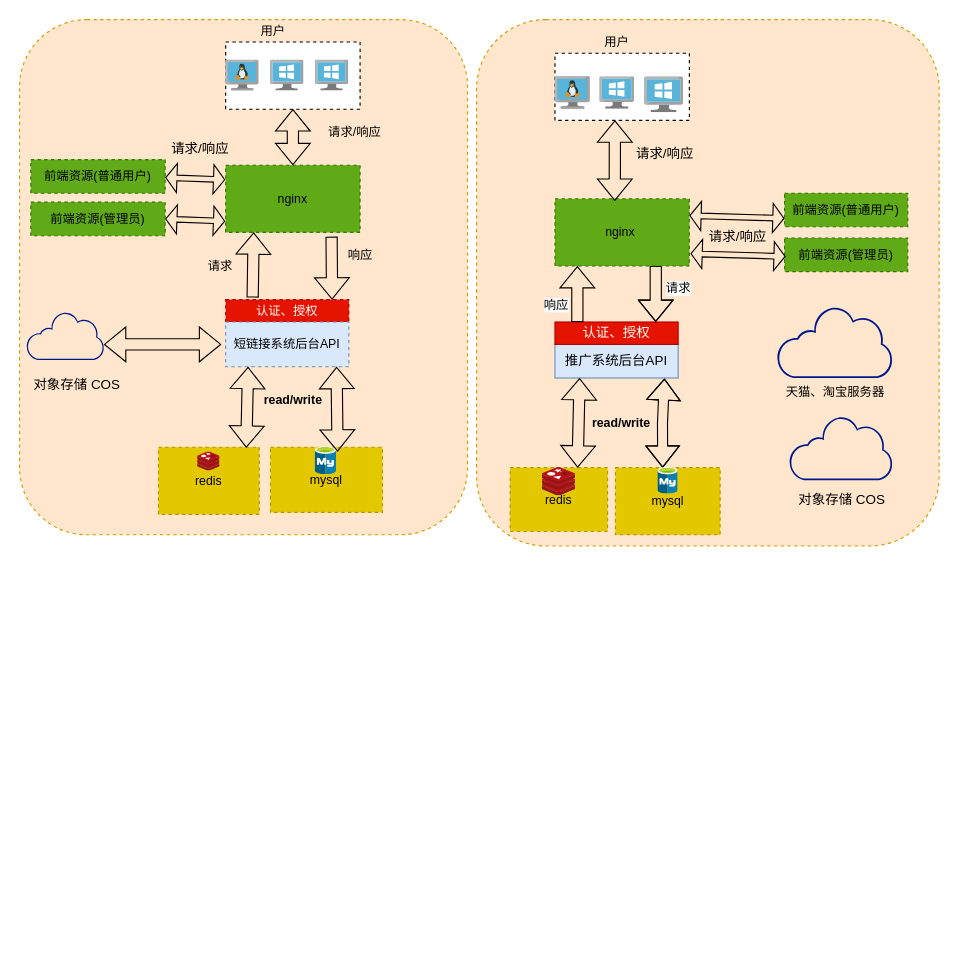
Before: 架构图.drawio in ndb000901/diagrams, a draw.io diagram. Source tidied: cells renumbered, new cells numbered last; positions are measured from the earlier drawing's top-left corner, leaving out a move shared by most shapes. Both pictures are drawn from the tidied source at 112%, with x=0, y=0 at pixel (19, 19).
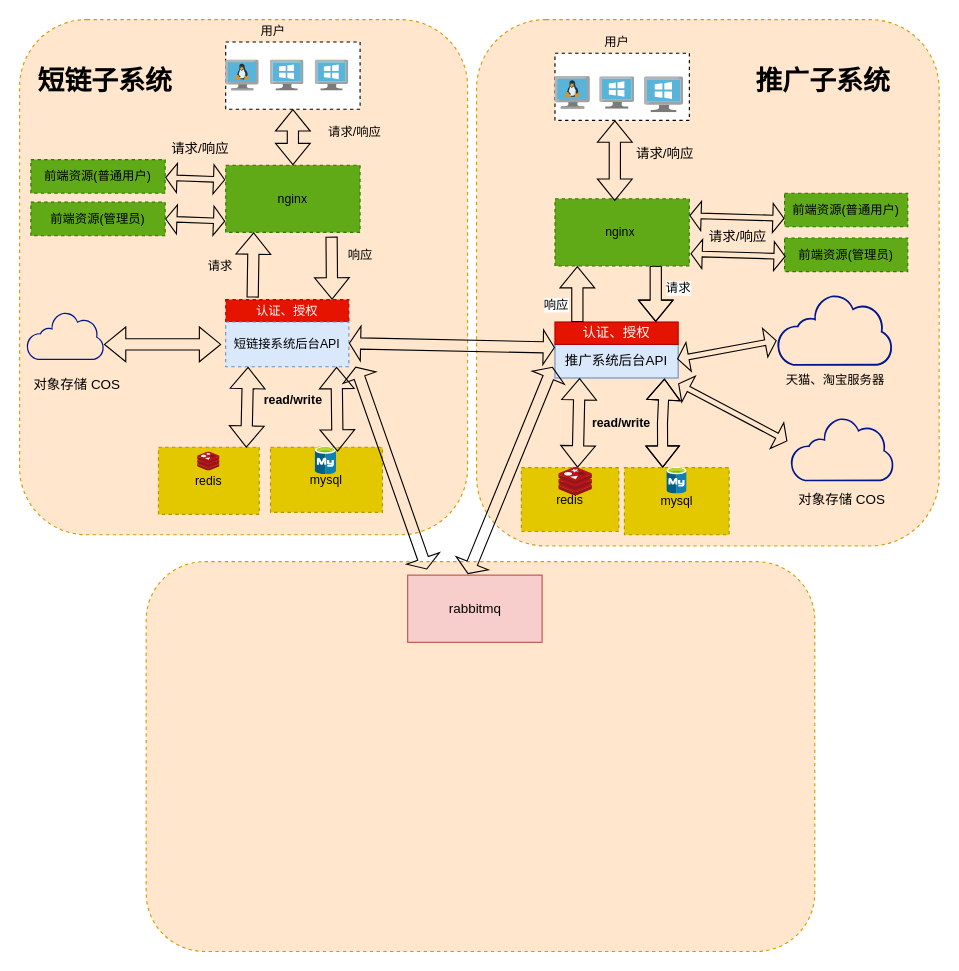
After the change.

Commit message (it also covers changes not shown here):
更新架构图.drawio

The edit, as a diff of the source:
```diff
@@
     <mxCell id="42" value="天猫、淘宝服务器" style="sketch=0;shadow=0;dashed=0;html=1;strokeColor=none;labelPosition=center;verticalLabelPosition=bottom;verticalAlign=top;align=center;fillColor=#00188D;shape=mxgraph.mscae.enterprise.internet_hollow;fontFamily=Helvetica;fontSize=11;fontColor=default;" parent="1" vertex="1">
-      <mxGeometry x="676" y="256" width="103.3" height="64" as="geometry" />
+      <mxGeometry x="676" y="245" width="103.3" height="64" as="geometry" />
     </mxCell>
     <mxCell id="43" value="redis" style="rounded=0;whiteSpace=wrap;html=1;dashed=1;fontFamily=Helvetica;fontSize=11;fontColor=#000000;fillColor=#e3c800;strokeColor=#B09500;" parent="1" vertex="1">
-      <mxGeometry x="438" y="400" width="87" height="57" as="geometry" />
+      <mxGeometry x="448" y="400" width="87" height="57" as="geometry" />
     </mxCell>
     <mxCell id="44" value="mysql" style="rounded=0;whiteSpace=wrap;html=1;dashed=1;fontFamily=Helvetica;fontSize=11;fontColor=#000000;fillColor=#e3c800;strokeColor=#B09500;" parent="1" vertex="1">
-      <mxGeometry x="532" y="400" width="93.5" height="60" as="geometry" />
+      <mxGeometry x="540" y="400" width="93.5" height="60" as="geometry" />
     </mxCell>
@@
     <mxCell id="47" style="sketch=0;html=1;align=center;image;fontSize=12;image=img/lib/mscae/Cache_Redis_Product.svg;dashed=1;fontFamily=Helvetica;fontColor=default;" parent="1" vertex="1">
-      <mxGeometry x="466.5" y="400" width="30" height="25.2" as="geometry" />
+      <mxGeometry x="481.5" y="400" width="30" height="25.2" as="geometry" />
     </mxCell>
@@
     <mxCell id="51" style="sketch=0;html=1;align=center;image;fontSize=12;image=img/lib/mscae/Azure_Database_for_MySQL_servers.svg;dashed=1;fontFamily=Helvetica;fontColor=default;" parent="1" vertex="1">
-      <mxGeometry x="570" y="400" width="18" height="23.7" as="geometry" />
+      <mxGeometry x="578" y="400" width="18" height="23.7" as="geometry" />
     </mxCell>
@@
     <mxCell id="55" value="&lt;h1 style=&quot;outline: none; margin: 0px; padding: 0px; font-size: 40px; box-sizing: border-box; -webkit-tap-highlight-color: transparent; line-height: 52px; font-weight: 500; overflow: hidden; text-overflow: ellipsis; font-family: &amp;quot;pingfang SC&amp;quot;, &amp;quot;helvetica neue&amp;quot;, arial, &amp;quot;hiragino sans gb&amp;quot;, &amp;quot;microsoft yahei ui&amp;quot;, &amp;quot;microsoft yahei&amp;quot;, simsun, sans-serif; text-align: start; background-color: rgb(241, 243, 244);&quot; id=&quot;hero_tit&quot; class=&quot;tpm-prod-hero__tit&quot;&gt;&lt;br&gt;&lt;/h1&gt;" style="sketch=0;shadow=0;dashed=0;html=1;strokeColor=none;labelPosition=center;verticalLabelPosition=bottom;verticalAlign=top;align=center;fillColor=#00188D;shape=mxgraph.mscae.enterprise.internet_hollow;fontFamily=Helvetica;fontSize=11;fontColor=default;" parent="1" vertex="1">
-      <mxGeometry x="687" y="354" width="92.3" height="57.2" as="geometry" />
+      <mxGeometry x="688.1" y="355" width="92.3" height="57.2" as="geometry" />
     </mxCell>
@@
+    <mxCell id="62" value="短链子系统" style="text;html=1;align=center;verticalAlign=middle;strokeColor=none;fillColor=none;fontStyle=1;fontSize=24;" parent="1" vertex="1">
+      <mxGeometry x="11" y="38" width="130" height="33" as="geometry" />
+    </mxCell>
+    <mxCell id="63" value="&lt;b&gt;推广子系统&lt;/b&gt;" style="text;html=1;align=center;verticalAlign=middle;strokeColor=none;fillColor=none;fontSize=24;" parent="1" vertex="1">
+      <mxGeometry x="652" y="38" width="130" height="33" as="geometry" />
+    </mxCell>
+    <mxCell id="64" style="rounded=1;whiteSpace=wrap;html=1;dashed=1;fontSize=24;fillColor=#ffe6cc;strokeColor=#d79b00;" parent="1" vertex="1">
+      <mxGeometry x="113" y="484" width="597" height="348" as="geometry" />
+    </mxCell>
+    <mxCell id="65" style="shape=flexArrow;endArrow=classic;startArrow=classic;html=1;rounded=0;fontSize=24;startSize=3;endSize=3;width=5;" parent="1" edge="1" target="42">
+      <mxGeometry relative="1" as="geometry">
+        <mxPoint x="587" y="303" as="sourcePoint" />
+      </mxGeometry>
+    </mxCell>
+    <mxCell id="66" style="shape=flexArrow;endArrow=classic;startArrow=classic;html=1;rounded=0;fontSize=24;startSize=3;endSize=3;entryX=-0.028;entryY=0.374;entryDx=0;entryDy=0;entryPerimeter=0;width=5;" parent="1" edge="1" target="55">
+      <mxGeometry relative="1" as="geometry">
+        <mxPoint x="588" y="325" as="sourcePoint" />
+      </mxGeometry>
+    </mxCell>
+    <mxCell id="67" style="shape=flexArrow;endArrow=classic;startArrow=classic;html=1;rounded=0;fontSize=24;startSize=3;endSize=3;" parent="1" edge="1">
+      <mxGeometry relative="1" as="geometry">
+        <mxPoint x="294" y="289" as="sourcePoint" />
+        <mxPoint x="478" y="292.8" as="targetPoint" />
+      </mxGeometry>
+    </mxCell>
+    <mxCell id="68" value="rabbitmq" style="rounded=0;whiteSpace=wrap;html=1;fillColor=#f8cecc;strokeColor=#b85450;" parent="1" vertex="1">
+      <mxGeometry x="346.5" y="496" width="120" height="60" as="geometry" />
+    </mxCell>
+    <mxCell id="69" style="shape=flexArrow;endArrow=classic;startArrow=classic;html=1;rounded=0;fontSize=24;startSize=3;endSize=3;entryX=0.143;entryY=0.017;entryDx=0;entryDy=0;entryPerimeter=0;" parent="1" edge="1">
+      <mxGeometry relative="1" as="geometry">
+        <mxPoint x="300" y="309.8" as="sourcePoint" />
+        <mxPoint x="363.7" y="491" as="targetPoint" />
+      </mxGeometry>
+    </mxCell>
+    <mxCell id="70" style="shape=flexArrow;endArrow=classic;startArrow=classic;html=1;rounded=0;fontSize=24;startSize=3;endSize=3;exitX=0.481;exitY=0.032;exitDx=0;exitDy=0;exitPerimeter=0;" parent="1" edge="1" source="64">
+      <mxGeometry relative="1" as="geometry">
+        <mxPoint x="476" y="310" as="targetPoint" />
+      </mxGeometry>
+    </mxCell>
```
